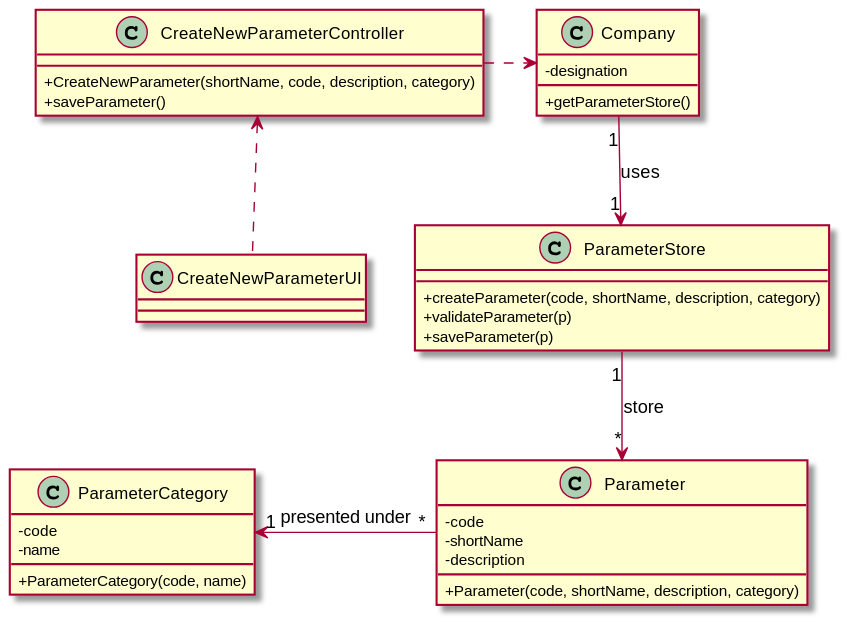
This is docs/SprintC/US10/UC10_CD.svg from GuilhermeCunha79/lapr2, a PlantUML export, as it was before one commit.
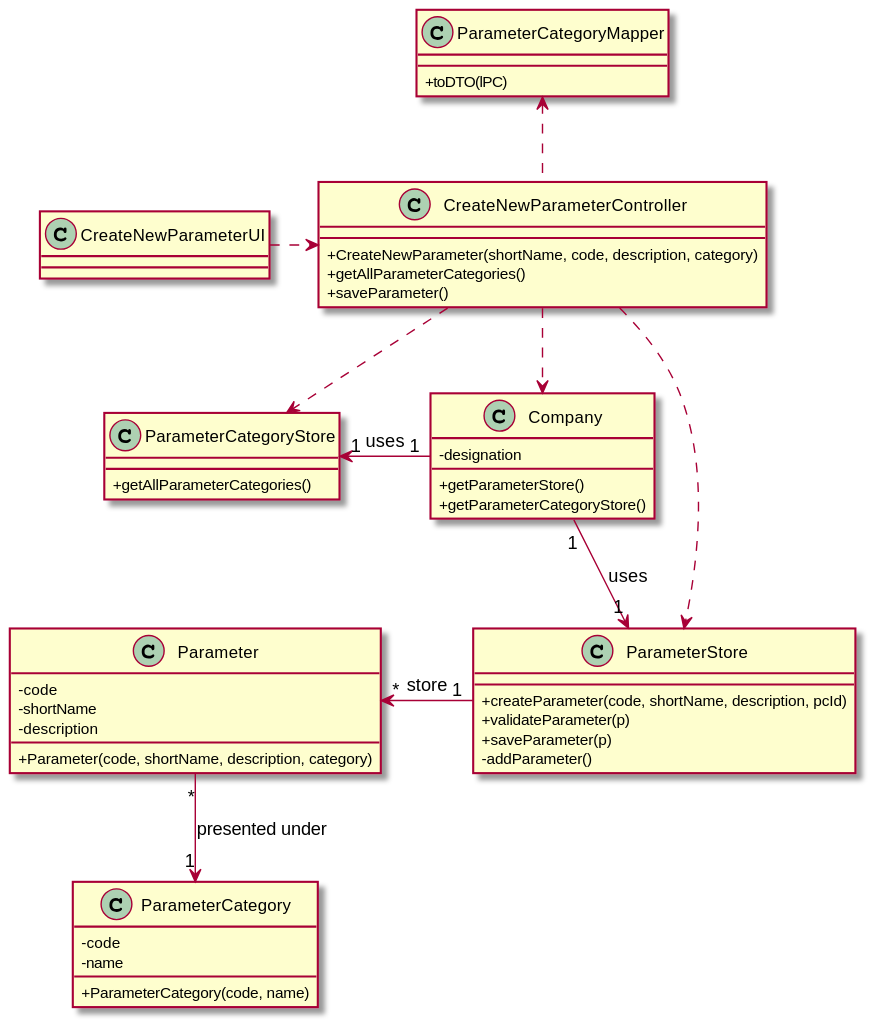
After the change.

Diff of the diagram source:
```diff
@@ -6,12 +6,14 @@
 
 class CreateNewParameterController{
     +CreateNewParameter(shortName, code, description, category)
+    +getAllParameterCategories()
     +saveParameter()
 }
 
 class Company{
 	-designation
 	+getParameterStore()
+	+getParameterCategoryStore()
 }
 
 class Parameter{
@@ -22,9 +24,18 @@
 }
 
 class ParameterStore{
-    +createParameter(code, shortName, description, category)
+    +createParameter(code, shortName, description, pcId)
     +validateParameter(p)
     +saveParameter(p)
+    -addParameter()
+}
+
+class ParameterCategoryMapper {
+    +toDTO(lPC)
+}
+
+class ParameterCategoryStore {
+    + getAllParameterCategories()
 }
 
 class ParameterCategory{
@@ -33,9 +44,13 @@
     +ParameterCategory(code, name)
 }
 
-CreateNewParameterController <.down. CreateNewParameterUI
+CreateNewParameterController <.left. CreateNewParameterUI
 CreateNewParameterController .right.> Company
 Company"1" --> "1"ParameterStore : uses
-ParameterStore"1" --> "*"Parameter : store
-Parameter"*" -left-> "1"ParameterCategory : presented under
+ParameterStore"1" -left-> "*"Parameter : store
+Parameter"*" -down-> "1"ParameterCategory : presented under
+Company"1" -left-> "1"ParameterCategoryStore : uses
+CreateNewParameterController ..> ParameterCategoryStore
+CreateNewParameterController .up.> ParameterCategoryMapper
+CreateNewParameterController ..> ParameterStore
 @enduml
```
